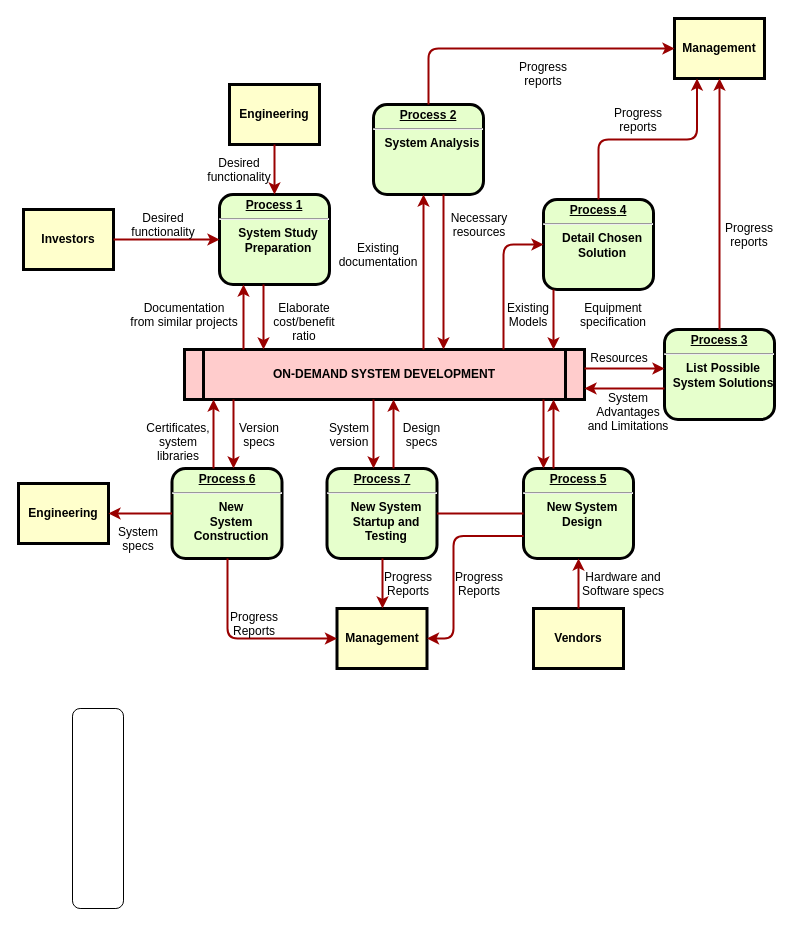
Before: simulation/未命名绘图.drawio in GeekTemo/ads_simulation, a draw.io diagram. Source tidied: cells renumbered, new cells numbered last; positions are measured from the earlier drawing's top-left corner, leaving out a move shared by most shapes. Both pictures are drawn from the tidied source at 100%, with x=0, y=0 at pixel (18, 18).
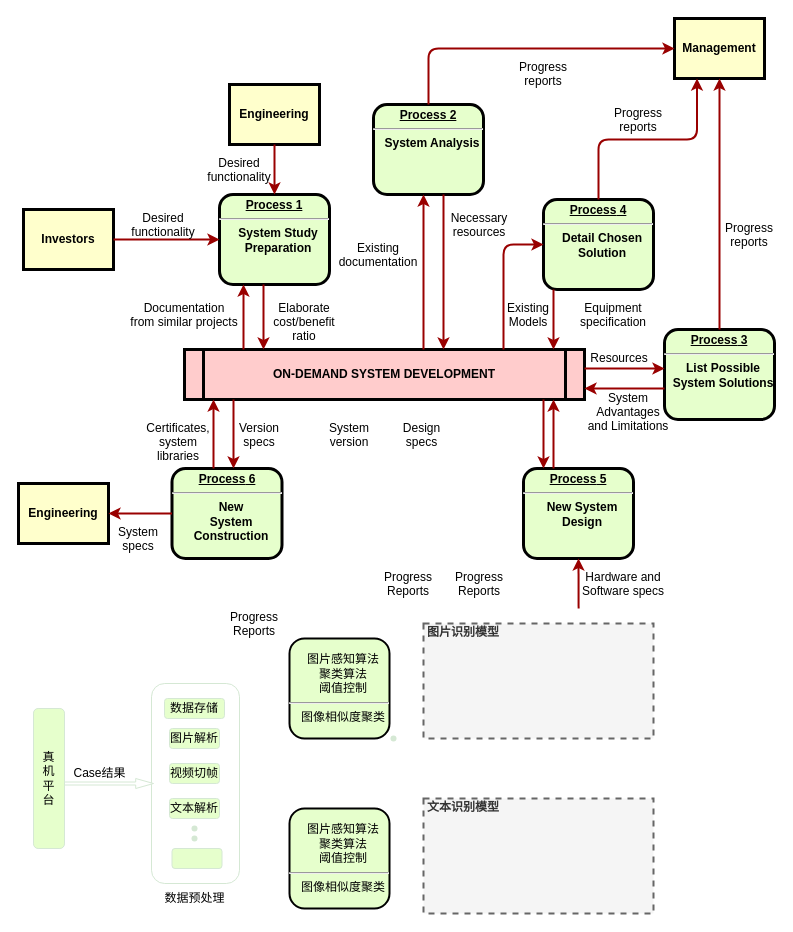
The same page after the edit.

Commit message:
更新未命名绘图.drawio

Unchanged cells that the change refers to:
```xml
<mxCell id="5" value="ON-DEMAND SYSTEM DEVELOPMENT" style="shape=process;whiteSpace=wrap;align=center;verticalAlign=middle;size=0.0475;fontStyle=1;strokeWidth=3;fillColor=#FFCCCC;" parent="1" vertex="1">
  <mxGeometry x="166" y="331" width="400" height="50" as="geometry" />
</mxCell>
<mxCell id="9" value="&lt;p style=&quot;margin: 0px; margin-top: 4px; text-align: center; text-decoration: underline;&quot;&gt;&lt;strong&gt;&lt;strong&gt;Process&lt;/strong&gt; 5&lt;br /&gt;&lt;/strong&gt;&lt;/p&gt;&lt;hr /&gt;&lt;p style=&quot;margin: 0px; margin-left: 8px;&quot;&gt;New System&lt;/p&gt;&lt;p style=&quot;margin: 0px; margin-left: 8px;&quot;&gt;Design&lt;/p&gt;" style="verticalAlign=middle;align=center;overflow=fill;fontSize=12;fontFamily=Helvetica;html=1;rounded=1;fontStyle=1;strokeWidth=3;fillColor=#E6FFCC;" parent="1" vertex="1">
  <mxGeometry x="505" y="450" width="110" height="90" as="geometry" />
</mxCell>
<mxCell id="10" value="&lt;p style=&quot;margin: 0px; margin-top: 4px; text-align: center; text-decoration: underline;&quot;&gt;&lt;strong&gt;&lt;strong&gt;Process&lt;/strong&gt; 6&lt;br /&gt;&lt;/strong&gt;&lt;/p&gt;&lt;hr /&gt;&lt;p style=&quot;margin: 0px; margin-left: 8px;&quot;&gt;New&lt;/p&gt;&lt;p style=&quot;margin: 0px; margin-left: 8px;&quot;&gt;System&lt;/p&gt;&lt;p style=&quot;margin: 0px; margin-left: 8px;&quot;&gt;Construction&lt;/p&gt;" style="verticalAlign=middle;align=center;overflow=fill;fontSize=12;fontFamily=Helvetica;html=1;rounded=1;fontStyle=1;strokeWidth=3;fillColor=#E6FFCC;" parent="1" vertex="1">
  <mxGeometry x="153.5" y="450" width="110" height="90" as="geometry" />
</mxCell>
```

Change to the diagram source:
```diff
@@
-    <mxCell id="12" value="Management" style="whiteSpace=wrap;align=center;verticalAlign=middle;fontStyle=1;strokeWidth=3;fillColor=#FFFFCC;" parent="1" vertex="1">
-      <mxGeometry x="318.5" y="590" width="90" height="60" as="geometry" />
-    </mxCell>
@@
-    <mxCell id="14" value="Vendors" style="whiteSpace=wrap;align=center;verticalAlign=middle;fontStyle=1;strokeWidth=3;fillColor=#FFFFCC;" parent="1" vertex="1">
-      <mxGeometry x="515" y="590" width="90" height="60" as="geometry" />
-    </mxCell>
@@
-    <mxCell id="17" value="&lt;p style=&quot;margin: 0px; margin-top: 4px; text-align: center; text-decoration: underline;&quot;&gt;&lt;strong&gt;&lt;strong&gt;Process&lt;/strong&gt; 7&lt;br /&gt;&lt;/strong&gt;&lt;/p&gt;&lt;hr /&gt;&lt;p style=&quot;margin: 0px; margin-left: 8px;&quot;&gt;New System&lt;/p&gt;&lt;p style=&quot;margin: 0px; margin-left: 8px;&quot;&gt;Startup and&lt;/p&gt;&lt;p style=&quot;margin: 0px; margin-left: 8px;&quot;&gt;Testing&lt;/p&gt;" style="verticalAlign=middle;align=center;overflow=fill;fontSize=12;fontFamily=Helvetica;html=1;rounded=1;fontStyle=1;strokeWidth=3;fillColor=#E6FFCC;" parent="1" vertex="1">
-      <mxGeometry x="308.5" y="450" width="110" height="90" as="geometry" />
+    <mxCell id="17" value="&lt;p style=&quot;margin: 0px 0px 0px 8px;&quot;&gt;&lt;br&gt;&lt;/p&gt;&lt;p style=&quot;margin: 0px 0px 0px 8px;&quot;&gt;图片感知算法&lt;/p&gt;&lt;p style=&quot;margin: 0px 0px 0px 8px;&quot;&gt;聚类算法&lt;/p&gt;&lt;p style=&quot;margin: 0px 0px 0px 8px;&quot;&gt;阈值控制&lt;/p&gt;&lt;hr&gt;&lt;p style=&quot;margin: 0px; margin-left: 8px;&quot;&gt;图像相似度聚类&lt;/p&gt;" style="verticalAlign=middle;align=center;overflow=fill;fontSize=12;fontFamily=Helvetica;html=1;rounded=1;fontStyle=0;strokeWidth=2;fillColor=#E6FFCC;" parent="1" vertex="1">
+      <mxGeometry x="271" y="620" width="100" height="100" as="geometry" />
     </mxCell>
-    <mxCell id="18" style="endArrow=none;noEdgeStyle=1;strokeColor=#990000;strokeWidth=2;" parent="1" edge="1" source="9" target="17">
-      <mxGeometry relative="1" as="geometry" />
-    </mxCell>
@@
-    <mxCell id="45" style="edgeStyle=elbowEdgeStyle;elbow=horizontal;strokeColor=#990000;strokeWidth=2;" parent="1" edge="1" source="14" target="9">
-      <mxGeometry relative="1" as="geometry" />
+    <mxCell id="45" style="edgeStyle=elbowEdgeStyle;elbow=horizontal;strokeColor=#990000;strokeWidth=2;" parent="1" edge="1" target="9">
+      <mxGeometry relative="1" as="geometry">
+        <mxPoint x="560.1" y="590" as="sourcePoint" />
+      </mxGeometry>
     </mxCell>
@@
-    <mxCell id="47" style="edgeStyle=elbowEdgeStyle;elbow=horizontal;exitX=0;exitY=0.75;strokeColor=#990000;strokeWidth=2;" parent="1" edge="1" source="9" target="12">
-      <mxGeometry relative="1" as="geometry">
-        <Array as="points">
-          <mxPoint x="435" y="570" />
-        </Array>
-      </mxGeometry>
-    </mxCell>
@@
-    <mxCell id="49" style="edgeStyle=elbowEdgeStyle;elbow=horizontal;strokeColor=#990000;strokeWidth=2;" parent="1" edge="1" source="17" target="12">
-      <mxGeometry relative="1" as="geometry" />
-    </mxCell>
@@
-    <mxCell id="51" style="edgeStyle=elbowEdgeStyle;elbow=horizontal;strokeColor=#990000;strokeWidth=2;" parent="1" edge="1" source="10" target="12">
-      <mxGeometry relative="1" as="geometry">
-        <Array as="points">
-          <mxPoint x="209" y="570" />
-        </Array>
-      </mxGeometry>
-    </mxCell>
@@
-    <mxCell id="54" style="edgeStyle=elbowEdgeStyle;elbow=horizontal;strokeColor=#990000;strokeWidth=2;" parent="1" edge="1" source="5" target="17">
-      <mxGeometry relative="1" as="geometry">
-        <Array as="points">
-          <mxPoint x="355" y="410" />
-        </Array>
-      </mxGeometry>
-    </mxCell>
-    <mxCell id="55" style="edgeStyle=elbowEdgeStyle;elbow=horizontal;strokeColor=#990000;strokeWidth=2;" parent="1" edge="1" source="17" target="5">
-      <mxGeometry relative="1" as="geometry">
-        <Array as="points">
-          <mxPoint x="375" y="410" />
-        </Array>
-      </mxGeometry>
-    </mxCell>
@@
-    <mxCell id="63" style="rounded=1;whiteSpace=wrap;html=1;" parent="1" vertex="1">
-      <mxGeometry x="54" y="690" width="51" height="200" as="geometry" />
+    <mxCell id="63" value="真&lt;br&gt;机&lt;br&gt;平&lt;br&gt;台" style="rounded=1;whiteSpace=wrap;html=1;fillColor=#E6FFCC;strokeColor=#D5E8D4;" parent="1" vertex="1">
+      <mxGeometry x="15" y="690" width="31" height="140" as="geometry" />
     </mxCell>
+    <mxCell id="64" style="rounded=1;whiteSpace=wrap;html=1;strokeColor=#D5E8D4;fillColor=#FFFFFF;" parent="1" vertex="1">
+      <mxGeometry x="133" y="665" width="88" height="200" as="geometry" />
+    </mxCell>
+    <mxCell id="65" value="数据存储" style="rounded=1;whiteSpace=wrap;html=1;strokeColor=#D5E8D4;fillColor=#E6FFCC;" parent="1" vertex="1">
+      <mxGeometry x="146" y="680" width="60" height="20" as="geometry" />
+    </mxCell>
+    <mxCell id="66" value="图片解析" style="rounded=1;whiteSpace=wrap;html=1;strokeColor=#D5E8D4;fillColor=#E6FFCC;" parent="1" vertex="1">
+      <mxGeometry x="151" y="710" width="50" height="20" as="geometry" />
+    </mxCell>
+    <mxCell id="67" style="shape=singleArrow;whiteSpace=wrap;html=1;strokeColor=#D5E8D4;fillColor=#FFFFFF;" parent="1" vertex="1">
+      <mxGeometry x="46" y="760" width="89" height="10" as="geometry" />
+    </mxCell>
+    <mxCell id="68" value="Case结果" style="text;html=1;align=center;verticalAlign=middle;strokeColor=none;fillColor=none;" parent="1" vertex="1">
+      <mxGeometry x="41" y="740" width="80" height="30" as="geometry" />
+    </mxCell>
+    <mxCell id="69" value="视频切帧" style="rounded=1;whiteSpace=wrap;html=1;strokeColor=#D5E8D4;fillColor=#E6FFCC;" parent="1" vertex="1">
+      <mxGeometry x="151" y="745" width="50" height="20" as="geometry" />
+    </mxCell>
+    <mxCell id="70" value="文本解析" style="rounded=1;whiteSpace=wrap;html=1;strokeColor=#D5E8D4;fillColor=#E6FFCC;" parent="1" vertex="1">
+      <mxGeometry x="151" y="780" width="50" height="20" as="geometry" />
+    </mxCell>
+    <mxCell id="71" style="rounded=1;whiteSpace=wrap;html=1;strokeColor=#D5E8D4;fillColor=#E6FFCC;" parent="1" vertex="1">
+      <mxGeometry x="153.5" y="830" width="50" height="20" as="geometry" />
+    </mxCell>
+    <mxCell id="72" style="shape=waypoint;sketch=0;fillStyle=solid;size=6;fillColor=none;perimeter=centerPerimeter;strokeColor=#D5E8D4;" parent="1" vertex="1">
+      <mxGeometry x="355" y="700" width="40" height="40" as="geometry" />
+    </mxCell>
+    <mxCell id="73" style="shape=waypoint;sketch=0;fillStyle=solid;size=6;fillColor=none;perimeter=centerPerimeter;strokeColor=#D5E8D4;" parent="1" vertex="1">
+      <mxGeometry x="156" y="790" width="40" height="40" as="geometry" />
+    </mxCell>
+    <mxCell id="74" style="shape=waypoint;sketch=0;fillStyle=solid;size=6;fillColor=none;perimeter=centerPerimeter;strokeColor=#D5E8D4;" parent="1" vertex="1">
+      <mxGeometry x="156" y="800" width="40" height="40" as="geometry" />
+    </mxCell>
+    <mxCell id="75" value="数据预处理" style="text;html=1;align=center;verticalAlign=middle;strokeColor=none;fillColor=none;" parent="1" vertex="1">
+      <mxGeometry x="136" y="865" width="80" height="30" as="geometry" />
+    </mxCell>
+    <mxCell id="76" value="图片识别模型" style="html=1;fontStyle=1;align=left;verticalAlign=top;spacing=0;labelBorderColor=none;dashed=1;strokeWidth=2;spacingLeft=4;spacingTop=-3;strokeColor=#666666;fillColor=#f5f5f5;fontColor=#333333;" parent="1" vertex="1">
+      <mxGeometry x="405" y="605" width="230" height="115" as="geometry" />
+    </mxCell>
+    <mxCell id="77" value="&lt;p style=&quot;margin: 0px 0px 0px 8px;&quot;&gt;&lt;br&gt;&lt;/p&gt;&lt;p style=&quot;margin: 0px 0px 0px 8px;&quot;&gt;图片感知算法&lt;/p&gt;&lt;p style=&quot;margin: 0px 0px 0px 8px;&quot;&gt;聚类算法&lt;/p&gt;&lt;p style=&quot;margin: 0px 0px 0px 8px;&quot;&gt;阈值控制&lt;/p&gt;&lt;hr&gt;&lt;p style=&quot;margin: 0px; margin-left: 8px;&quot;&gt;图像相似度聚类&lt;/p&gt;" style="verticalAlign=middle;align=center;overflow=fill;fontSize=12;fontFamily=Helvetica;html=1;rounded=1;fontStyle=0;strokeWidth=2;fillColor=#E6FFCC;" parent="1" vertex="1">
+      <mxGeometry x="271" y="790" width="100" height="100" as="geometry" />
+    </mxCell>
+    <mxCell id="78" value="文本识别模型" style="html=1;fontColor=#333333;fontStyle=1;align=left;verticalAlign=top;spacing=0;labelBorderColor=none;fillColor=#f5f5f5;dashed=1;strokeWidth=2;strokeColor=#666666;spacingLeft=4;spacingTop=-3;" parent="1" vertex="1">
+      <mxGeometry x="405" y="780" width="230" height="115" as="geometry" />
+    </mxCell>
```
